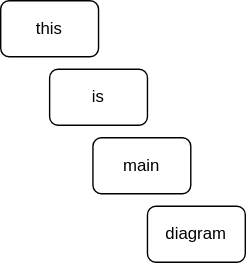
Earlier version of the draw.io export main-diagram.drawio.svg (KucherenkoSerhiy/drawio_playbook). Source tidied: cells renumbered, new cells last; positions are measured from the earlier drawing's top-left corner, leaving out a move shared by most shapes. Source of this version:
```xml
<mxGraphModel>
  <root>
    <mxCell id="0" />
    <mxCell id="1" parent="0" />
    <mxCell id="2" value="this" style="rounded=1;whiteSpace=wrap;html=1;" parent="1" vertex="1">
      <mxGeometry width="70" height="40" as="geometry" />
    </mxCell>
    <mxCell id="3" value="is" style="rounded=1;whiteSpace=wrap;html=1;" parent="1" vertex="1">
      <mxGeometry x="35" y="49" width="70" height="40" as="geometry" />
    </mxCell>
    <mxCell id="4" value="main" style="rounded=1;whiteSpace=wrap;html=1;" parent="1" vertex="1">
      <mxGeometry x="66" y="98" width="70" height="40" as="geometry" />
    </mxCell>
    <mxCell id="5" value="diagram" style="rounded=1;whiteSpace=wrap;html=1;" parent="1" vertex="1">
      <mxGeometry x="105" y="147" width="70" height="40" as="geometry" />
    </mxCell>
  </root>
</mxGraphModel>
```
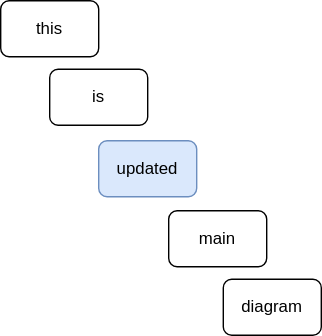
Later version of the same file.

The edit, as a diff of the source:
```diff
@@ -9,10 +9,13 @@
       <mxGeometry x="35" y="49" width="70" height="40" as="geometry" />
     </mxCell>
     <mxCell id="4" value="main" style="rounded=1;whiteSpace=wrap;html=1;" parent="1" vertex="1">
-      <mxGeometry x="66" y="98" width="70" height="40" as="geometry" />
+      <mxGeometry x="120" y="150" width="70" height="40" as="geometry" />
     </mxCell>
     <mxCell id="5" value="diagram" style="rounded=1;whiteSpace=wrap;html=1;" parent="1" vertex="1">
-      <mxGeometry x="105" y="147" width="70" height="40" as="geometry" />
+      <mxGeometry x="159" y="199" width="70" height="40" as="geometry" />
     </mxCell>
+    <mxCell id="6" value="updated" style="rounded=1;whiteSpace=wrap;html=1;fillColor=#dae8fc;strokeColor=#6c8ebf;" parent="1" vertex="1">
+      <mxGeometry x="70" y="100" width="70" height="40" as="geometry" />
+    </mxCell>
   </root>
 </mxGraphModel>
```
